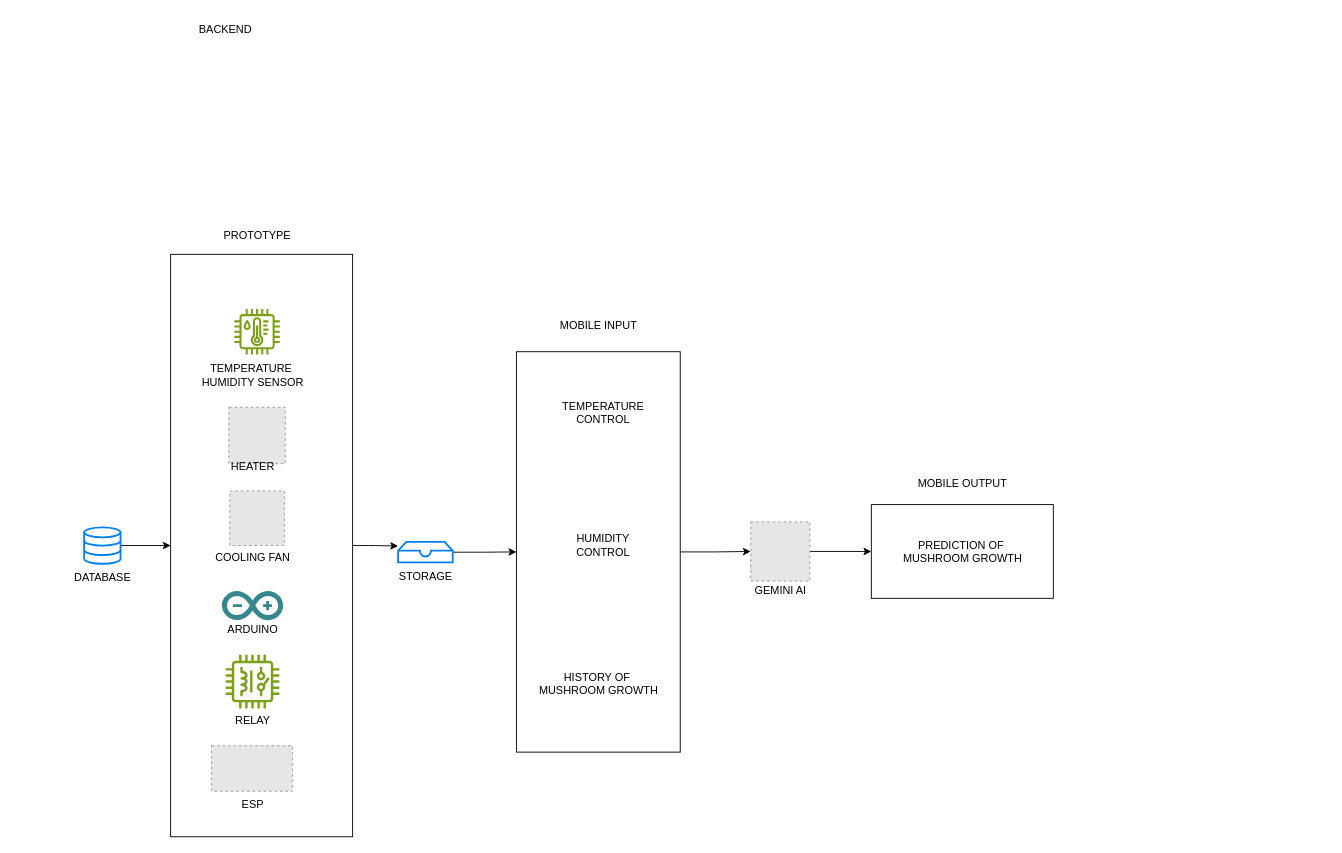
This is page "Page-4" (4 of 5) of user flow.drawio from sairay-yah/rarawr, a draw.io file, before an edit. Source tidied: cells renumbered, new cells numbered last; positions are measured from the earlier drawing's top-left corner, leaving out a move shared by most shapes. Both pictures are drawn from the tidied source at 91%, with x=0, y=0 at pixel (61, 15). Pictures stored in the file or linked from it are replaced by grey dashed boxes.
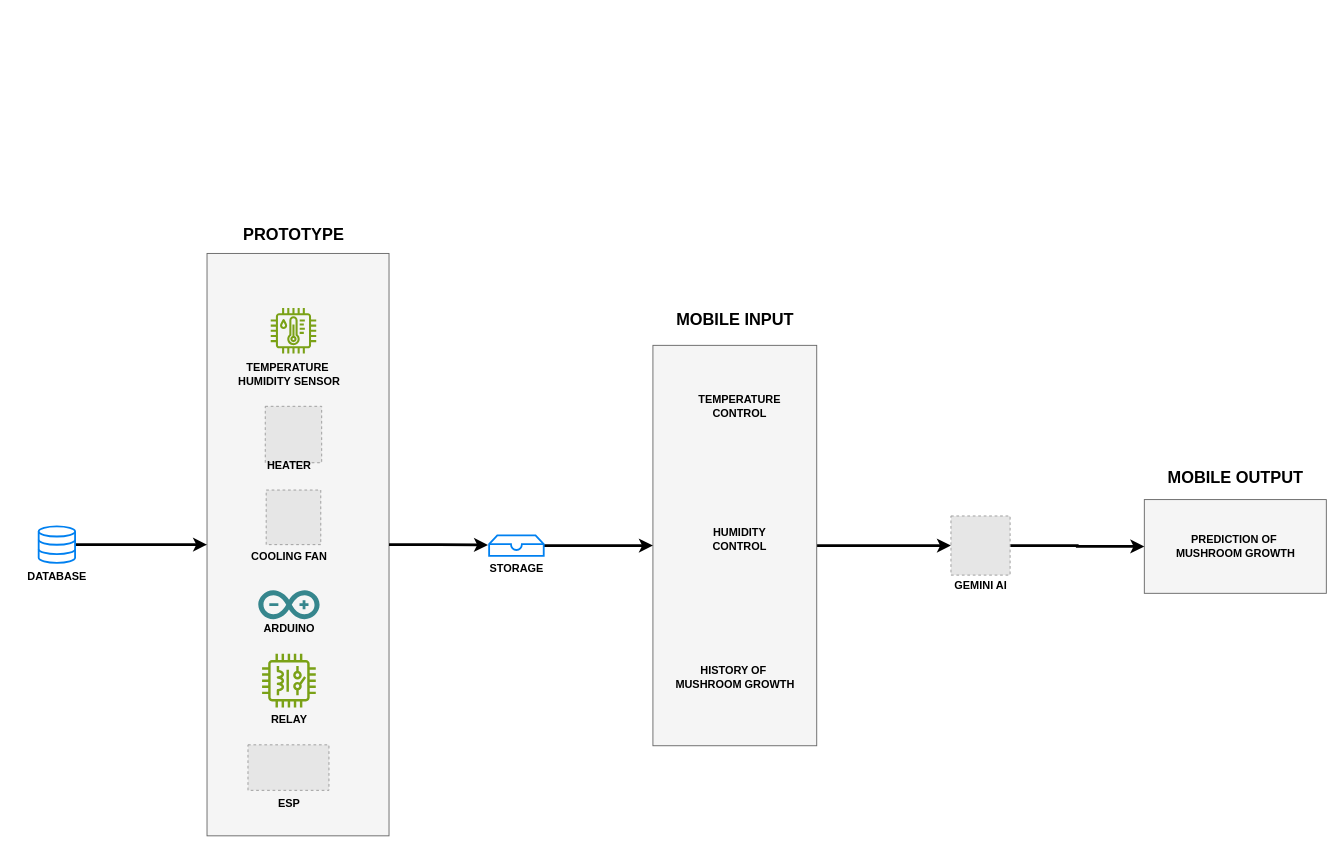
Above is the later version.

The edit, as a diff of the source:
```diff
@@
-    <mxCell id="2" style="rounded=0;whiteSpace=wrap;html=1;" parent="1" vertex="1">
-      <mxGeometry x="890" y="537" width="200" height="103" as="geometry" />
+    <mxCell id="2" style="rounded=0;whiteSpace=wrap;html=1;fillColor=#f5f5f5;fontColor=#333333;strokeColor=#666666;fontStyle=1;" parent="1" vertex="1">
+      <mxGeometry x="1190" y="531.5" width="200" height="103" as="geometry" />
     </mxCell>
-    <mxCell id="3" style="edgeStyle=orthogonalEdgeStyle;rounded=0;jettySize=auto;html=1;entryX=0;entryY=0.5;entryDx=0;entryDy=0;" parent="1" edge="1" source="4" target="10">
+    <mxCell id="3" style="edgeStyle=orthogonalEdgeStyle;rounded=0;jettySize=auto;html=1;entryX=0;entryY=0.5;entryDx=0;entryDy=0;fontStyle=1;strokeWidth=3;" parent="1" edge="1" source="4" target="10">
       <mxGeometry relative="1" as="geometry" />
     </mxCell>
-    <mxCell id="4" style="rounded=0;whiteSpace=wrap;html=1;" parent="1" vertex="1">
-      <mxGeometry x="500" y="369" width="180" height="440" as="geometry" />
+    <mxCell id="4" style="rounded=0;whiteSpace=wrap;html=1;fillColor=#f5f5f5;fontColor=#333333;strokeColor=#666666;fontStyle=1;" parent="1" vertex="1">
+      <mxGeometry x="650" y="362" width="180" height="440" as="geometry" />
     </mxCell>
-    <mxCell id="5" style="rounded=0;whiteSpace=wrap;html=1;" parent="1" vertex="1">
-      <mxGeometry x="120" y="262" width="200" height="640" as="geometry" />
+    <mxCell id="5" style="rounded=0;whiteSpace=wrap;html=1;fillColor=#f5f5f5;fontColor=#333333;strokeColor=#666666;fontStyle=1;" parent="1" vertex="1">
+      <mxGeometry x="160" y="261" width="200" height="640" as="geometry" />
     </mxCell>
-    <mxCell id="6" style="edgeStyle=orthogonalEdgeStyle;rounded=0;jettySize=auto;html=1;entryX=0;entryY=0.5;entryDx=0;entryDy=0;" parent="1" edge="1" source="7" target="5">
+    <mxCell id="6" style="edgeStyle=orthogonalEdgeStyle;rounded=0;jettySize=auto;html=1;entryX=0;entryY=0.5;entryDx=0;entryDy=0;fontStyle=1;strokeWidth=3;" parent="1" edge="1" source="7" target="5">
       <mxGeometry relative="1" as="geometry" />
     </mxCell>
-    <mxCell id="7" style="html=1;verticalLabelPosition=bottom;align=center;labelBackgroundColor=#ffffff;verticalAlign=top;strokeWidth=2;strokeColor=#0080F0;shadow=0;dashed=0;shape=mxgraph.ios7.icons.data;" parent="1" vertex="1">
-      <mxGeometry x="25" y="562" width="40" height="40" as="geometry" />
+    <mxCell id="7" style="html=1;verticalLabelPosition=bottom;align=center;labelBackgroundColor=#ffffff;verticalAlign=top;strokeWidth=2;strokeColor=#0080F0;shadow=0;dashed=0;shape=mxgraph.ios7.icons.data;fontStyle=1;" parent="1" vertex="1">
+      <mxGeometry x="-25" y="561" width="40" height="40" as="geometry" />
     </mxCell>
-    <mxCell id="8" style="sketch=0;fontColor=#232F3E;gradientColor=none;fillColor=#7AA116;strokeColor=none;dashed=0;verticalLabelPosition=bottom;verticalAlign=top;align=center;html=1;fontSize=12;fontStyle=0;shape=mxgraph.aws4.iot_thing_temperature_humidity_sensor;" parent="1" vertex="1">
-      <mxGeometry x="190" y="322" width="50" height="50" as="geometry" />
+    <mxCell id="8" style="sketch=0;fontColor=#232F3E;gradientColor=none;fillColor=#7AA116;strokeColor=none;dashed=0;verticalLabelPosition=bottom;verticalAlign=top;align=center;html=1;fontSize=12;fontStyle=1;shape=mxgraph.aws4.iot_thing_temperature_humidity_sensor;" parent="1" vertex="1">
+      <mxGeometry x="230" y="321" width="50" height="50" as="geometry" />
     </mxCell>
-    <mxCell id="9" style="edgeStyle=orthogonalEdgeStyle;rounded=0;jettySize=auto;html=1;entryX=0;entryY=0.5;entryDx=0;entryDy=0;" parent="1" edge="1" source="10" target="2">
+    <mxCell id="9" style="edgeStyle=orthogonalEdgeStyle;rounded=0;jettySize=auto;html=1;entryX=0;entryY=0.5;entryDx=0;entryDy=0;fontStyle=1;strokeWidth=3;" parent="1" edge="1" source="10" target="2">
       <mxGeometry relative="1" as="geometry" />
     </mxCell>
-    <mxCell id="10" style="fillColor=#E6E6E6;strokeColor=#999999;dashed=1;verticalLabelPosition=bottom;labelBackgroundColor=default;verticalAlign=top;" parent="1" vertex="1">
-      <mxGeometry x="757.5" y="556" width="65" height="65" as="geometry" />
+    <mxCell id="10" style="fillColor=#E6E6E6;strokeColor=#999999;dashed=1;verticalLabelPosition=bottom;labelBackgroundColor=default;verticalAlign=top;fontStyle=1;" parent="1" vertex="1">
+      <mxGeometry x="977.5" y="549.5" width="65" height="65" as="geometry" />
     </mxCell>
-    <mxCell id="11" value="BACKEND" style="text;html=1;align=center;verticalAlign=middle;strokeColor=none;fillColor=none;" parent="1" vertex="1">
-      <mxGeometry x="140" width="80" height="30" as="geometry" />
-    </mxCell>
-    <mxCell id="12" value="PROTOTYPE" style="text;html=1;align=center;verticalAlign=middle;strokeColor=none;fillColor=none;" parent="1" vertex="1">
-      <mxGeometry x="165" y="227" width="100" height="30" as="geometry" />
+    <mxCell id="12" value="&lt;font style=&quot;font-size: 18px;&quot;&gt;&lt;span&gt;PROTOTYPE&lt;/span&gt;&lt;/font&gt;" style="text;html=1;align=center;verticalAlign=middle;strokeColor=none;fillColor=none;fontStyle=1;" parent="1" vertex="1">
+      <mxGeometry x="190" y="221" width="130" height="40" as="geometry" />
     </mxCell>
-    <mxCell id="13" style="fillColor=#E6E6E6;strokeColor=#999999;dashed=1;html=1;verticalAlign=top;verticalLabelPosition=bottom;labelBackgroundColor=#ffffff;" parent="1" vertex="1">
-      <mxGeometry x="185" y="522" width="60" height="60" as="geometry" />
+    <mxCell id="13" style="fillColor=#E6E6E6;strokeColor=#999999;dashed=1;html=1;verticalAlign=top;verticalLabelPosition=bottom;labelBackgroundColor=#ffffff;fontStyle=1;" parent="1" vertex="1">
+      <mxGeometry x="225" y="521" width="60" height="60" as="geometry" />
     </mxCell>
-    <mxCell id="14" style="dashed=0;html=1;align=center;labelPosition=center;verticalLabelPosition=bottom;verticalAlign=top;shape=mxgraph.weblogos.arduino;fillColor=#36868D;strokeColor=none;" parent="1" vertex="1">
-      <mxGeometry x="176.3" y="632" width="67.4" height="32" as="geometry" />
+    <mxCell id="14" style="dashed=0;html=1;align=center;labelPosition=center;verticalLabelPosition=bottom;verticalAlign=top;shape=mxgraph.weblogos.arduino;fillColor=#36868D;strokeColor=none;fontStyle=1;" parent="1" vertex="1">
+      <mxGeometry x="216.3" y="631" width="67.4" height="32" as="geometry" />
     </mxCell>
-    <mxCell id="15" style="fillColor=#E6E6E6;strokeColor=#999999;dashed=1;verticalLabelPosition=bottom;labelBackgroundColor=default;verticalAlign=top;" parent="1" vertex="1">
-      <mxGeometry x="184" y="430" width="62" height="62" as="geometry" />
+    <mxCell id="15" style="fillColor=#E6E6E6;strokeColor=#999999;dashed=1;verticalLabelPosition=bottom;labelBackgroundColor=default;verticalAlign=top;fontStyle=1;" parent="1" vertex="1">
+      <mxGeometry x="224" y="429" width="62" height="62" as="geometry" />
     </mxCell>
-    <mxCell id="16" style="sketch=0;fontColor=#232F3E;gradientColor=none;fillColor=#7AA116;strokeColor=none;dashed=0;verticalLabelPosition=bottom;verticalAlign=top;align=center;html=1;fontSize=12;fontStyle=0;shape=mxgraph.aws4.iot_thing_relay;" parent="1" vertex="1">
-      <mxGeometry x="180.5" y="702" width="59" height="59" as="geometry" />
+    <mxCell id="16" style="sketch=0;fontColor=#232F3E;gradientColor=none;fillColor=#7AA116;strokeColor=none;dashed=0;verticalLabelPosition=bottom;verticalAlign=top;align=center;html=1;fontSize=12;fontStyle=1;shape=mxgraph.aws4.iot_thing_relay;" parent="1" vertex="1">
+      <mxGeometry x="220.5" y="701" width="59" height="59" as="geometry" />
     </mxCell>
-    <mxCell id="17" style="fillColor=#E6E6E6;strokeColor=#999999;dashed=1;verticalLabelPosition=bottom;labelBackgroundColor=default;verticalAlign=top;" parent="1" vertex="1">
-      <mxGeometry x="165" y="802" width="89" height="50" as="geometry" />
+    <mxCell id="17" style="fillColor=#E6E6E6;strokeColor=#999999;dashed=1;verticalLabelPosition=bottom;labelBackgroundColor=default;verticalAlign=top;fontStyle=1;" parent="1" vertex="1">
+      <mxGeometry x="205" y="801" width="89" height="50" as="geometry" />
     </mxCell>
-    <mxCell id="18" value="DATABASE" style="text;html=1;align=center;verticalAlign=middle;strokeColor=none;fillColor=none;" parent="1" vertex="1">
-      <mxGeometry y="602" width="90" height="30" as="geometry" />
+    <mxCell id="18" value="&lt;b&gt;DATABASE&lt;/b&gt;" style="text;html=1;align=center;verticalAlign=middle;strokeColor=none;fillColor=none;" parent="1" vertex="1">
+      <mxGeometry x="-50" y="601" width="90" height="30" as="geometry" />
     </mxCell>
-    <mxCell id="19" value="TEMPERATURE&amp;nbsp;&lt;div&gt;HUMIDITY SENSOR&lt;/div&gt;" style="text;html=1;align=center;verticalAlign=middle;strokeColor=none;fillColor=none;" parent="1" vertex="1">
-      <mxGeometry x="140" y="375" width="140" height="40" as="geometry" />
+    <mxCell id="19" value="TEMPERATURE&amp;nbsp;&lt;div&gt;HUMIDITY SENSOR&lt;/div&gt;" style="text;html=1;align=center;verticalAlign=middle;strokeColor=none;fillColor=none;fontStyle=1;" parent="1" vertex="1">
+      <mxGeometry x="180" y="374" width="140" height="40" as="geometry" />
     </mxCell>
-    <mxCell id="20" value="HEATER" style="text;html=1;align=center;verticalAlign=middle;strokeColor=none;fillColor=none;" parent="1" vertex="1">
-      <mxGeometry x="175" y="480" width="70" height="30" as="geometry" />
+    <mxCell id="20" value="HEATER" style="text;html=1;align=center;verticalAlign=middle;strokeColor=none;fillColor=none;fontStyle=1;" parent="1" vertex="1">
+      <mxGeometry x="215" y="479" width="70" height="30" as="geometry" />
     </mxCell>
-    <mxCell id="21" value="COOLING FAN" style="text;html=1;align=center;verticalAlign=middle;strokeColor=none;fillColor=none;" parent="1" vertex="1">
-      <mxGeometry x="155" y="580" width="110" height="30" as="geometry" />
+    <mxCell id="21" value="COOLING FAN" style="text;html=1;align=center;verticalAlign=middle;strokeColor=none;fillColor=none;fontStyle=1;" parent="1" vertex="1">
+      <mxGeometry x="195" y="579" width="110" height="30" as="geometry" />
     </mxCell>
-    <mxCell id="22" style="edgeStyle=orthogonalEdgeStyle;rounded=0;jettySize=auto;html=1;entryX=0;entryY=0.5;entryDx=0;entryDy=0;" parent="1" edge="1" source="23" target="4">
+    <mxCell id="22" style="edgeStyle=orthogonalEdgeStyle;rounded=0;jettySize=auto;html=1;entryX=0;entryY=0.5;entryDx=0;entryDy=0;fontStyle=1;strokeWidth=3;" parent="1" edge="1" source="23" target="4">
       <mxGeometry relative="1" as="geometry" />
     </mxCell>
-    <mxCell id="23" style="html=1;verticalLabelPosition=bottom;align=center;labelBackgroundColor=#ffffff;verticalAlign=top;strokeWidth=2;strokeColor=#0080F0;shadow=0;dashed=0;shape=mxgraph.ios7.icons.storage;" parent="1" vertex="1">
-      <mxGeometry x="370" y="578" width="60" height="22.5" as="geometry" />
+    <mxCell id="23" style="html=1;verticalLabelPosition=bottom;align=center;labelBackgroundColor=#ffffff;verticalAlign=top;strokeWidth=2;strokeColor=#0080F0;shadow=0;dashed=0;shape=mxgraph.ios7.icons.storage;fontStyle=1;" parent="1" vertex="1">
+      <mxGeometry x="470" y="570.8" width="60" height="22.5" as="geometry" />
     </mxCell>
-    <mxCell id="24" value="STORAGE" style="text;html=1;align=center;verticalAlign=middle;strokeColor=none;fillColor=none;" parent="1" vertex="1">
-      <mxGeometry x="360" y="600.5" width="80" height="30" as="geometry" />
+    <mxCell id="24" value="STORAGE" style="text;html=1;align=center;verticalAlign=middle;strokeColor=none;fillColor=none;fontStyle=1;" parent="1" vertex="1">
+      <mxGeometry x="460" y="593.2" width="80" height="30" as="geometry" />
     </mxCell>
-    <mxCell id="25" value="ARDUINO" style="text;html=1;align=center;verticalAlign=middle;strokeColor=none;fillColor=none;" parent="1" vertex="1">
-      <mxGeometry x="170" y="660" width="80" height="30" as="geometry" />
+    <mxCell id="25" value="ARDUINO" style="text;html=1;align=center;verticalAlign=middle;strokeColor=none;fillColor=none;fontStyle=1;" parent="1" vertex="1">
+      <mxGeometry x="210" y="659" width="80" height="30" as="geometry" />
     </mxCell>
-    <mxCell id="26" value="RELAY" style="text;html=1;align=center;verticalAlign=middle;strokeColor=none;fillColor=none;" parent="1" vertex="1">
-      <mxGeometry x="180" y="760" width="60" height="30" as="geometry" />
+    <mxCell id="26" value="RELAY" style="text;html=1;align=center;verticalAlign=middle;strokeColor=none;fillColor=none;fontStyle=1;" parent="1" vertex="1">
+      <mxGeometry x="220" y="759" width="60" height="30" as="geometry" />
     </mxCell>
-    <mxCell id="27" value="ESP" style="text;html=1;align=center;verticalAlign=middle;strokeColor=none;fillColor=none;" parent="1" vertex="1">
-      <mxGeometry x="184.5" y="852" width="50" height="30" as="geometry" />
+    <mxCell id="27" value="ESP" style="text;html=1;align=center;verticalAlign=middle;strokeColor=none;fillColor=none;fontStyle=1;" parent="1" vertex="1">
+      <mxGeometry x="224.5" y="851" width="50" height="30" as="geometry" />
     </mxCell>
-    <mxCell id="28" value="MOBILE INPUT" style="text;html=1;align=center;verticalAlign=middle;strokeColor=none;fillColor=none;" parent="1" vertex="1">
-      <mxGeometry x="535" y="326" width="110" height="30" as="geometry" />
+    <mxCell id="28" value="&lt;font style=&quot;font-size: 18px;&quot;&gt;&lt;span&gt;MOBILE INPUT&lt;/span&gt;&lt;/font&gt;" style="text;html=1;align=center;verticalAlign=middle;strokeColor=none;fillColor=none;fontStyle=1;" parent="1" vertex="1">
+      <mxGeometry x="665" y="314" width="150" height="40" as="geometry" />
     </mxCell>
-    <mxCell id="29" value="TEMPERATURE&lt;div&gt;CONTROL&lt;/div&gt;" style="text;html=1;align=center;verticalAlign=middle;strokeColor=none;fillColor=none;" parent="1" vertex="1">
-      <mxGeometry x="540" y="416" width="110" height="40" as="geometry" />
+    <mxCell id="29" value="TEMPERATURE&lt;div&gt;CONTROL&lt;/div&gt;" style="text;html=1;align=center;verticalAlign=middle;strokeColor=none;fillColor=none;fontStyle=1;" parent="1" vertex="1">
+      <mxGeometry x="690" y="409" width="110" height="40" as="geometry" />
     </mxCell>
-    <mxCell id="30" value="HUMIDITY&lt;div&gt;CONTROL&lt;/div&gt;" style="text;html=1;align=center;verticalAlign=middle;strokeColor=none;fillColor=none;" parent="1" vertex="1">
-      <mxGeometry x="555" y="561.5" width="80" height="40" as="geometry" />
+    <mxCell id="30" value="HUMIDITY&lt;div&gt;CONTROL&lt;/div&gt;" style="text;html=1;align=center;verticalAlign=middle;strokeColor=none;fillColor=none;fontStyle=1;" parent="1" vertex="1">
+      <mxGeometry x="705" y="554.5" width="80" height="40" as="geometry" />
     </mxCell>
-    <mxCell id="31" value="HISTORY OF&amp;nbsp;&lt;div&gt;MUSHROOM GROWTH&lt;/div&gt;" style="text;html=1;align=center;verticalAlign=middle;strokeColor=none;fillColor=none;" parent="1" vertex="1">
-      <mxGeometry x="515" y="714" width="150" height="40" as="geometry" />
+    <mxCell id="31" value="HISTORY OF&amp;nbsp;&lt;div&gt;MUSHROOM GROWTH&lt;/div&gt;" style="text;html=1;align=center;verticalAlign=middle;strokeColor=none;fillColor=none;fontStyle=1;" parent="1" vertex="1">
+      <mxGeometry x="665" y="707" width="150" height="40" as="geometry" />
     </mxCell>
-    <mxCell id="32" value="GEMINI AI" style="text;html=1;align=center;verticalAlign=middle;strokeColor=none;fillColor=none;" parent="1" vertex="1">
-      <mxGeometry x="750" y="617" width="80" height="30" as="geometry" />
+    <mxCell id="32" value="GEMINI AI" style="text;html=1;align=center;verticalAlign=middle;strokeColor=none;fillColor=none;fontStyle=1;" parent="1" vertex="1">
+      <mxGeometry x="970" y="610.5" width="80" height="30" as="geometry" />
     </mxCell>
-    <mxCell id="33" value="PREDICTION OF&amp;nbsp;&lt;div&gt;MUSHROOM GROWTH&lt;/div&gt;" style="text;html=1;align=center;verticalAlign=middle;strokeColor=none;fillColor=none;" parent="1" vertex="1">
-      <mxGeometry x="915" y="568.5" width="150" height="40" as="geometry" />
+    <mxCell id="33" value="PREDICTION OF&amp;nbsp;&lt;div&gt;MUSHROOM GROWTH&lt;/div&gt;" style="text;html=1;align=center;verticalAlign=middle;strokeColor=none;fillColor=none;fontStyle=1;" parent="1" vertex="1">
+      <mxGeometry x="1215" y="563" width="150" height="40" as="geometry" />
     </mxCell>
-    <mxCell id="34" value="MOBILE OUTPUT" style="text;html=1;align=center;verticalAlign=middle;strokeColor=none;fillColor=none;" parent="1" vertex="1">
-      <mxGeometry x="930" y="498.5" width="120" height="30" as="geometry" />
+    <mxCell id="34" value="&lt;font style=&quot;font-size: 18px;&quot;&gt;&lt;span&gt;MOBILE OUTPUT&lt;/span&gt;&lt;/font&gt;" style="text;html=1;align=center;verticalAlign=middle;strokeColor=none;fillColor=none;fontStyle=1;" parent="1" vertex="1">
+      <mxGeometry x="1205" y="488" width="170" height="40" as="geometry" />
     </mxCell>
-    <mxCell id="35" style="edgeStyle=orthogonalEdgeStyle;rounded=0;jettySize=auto;html=1;entryX=0;entryY=0.2;entryDx=0;entryDy=0;entryPerimeter=0;" parent="1" edge="1" source="5" target="23">
+    <mxCell id="35" style="rounded=0;jettySize=auto;html=1;entryX=-0.021;entryY=0.473;entryDx=0;entryDy=0;entryPerimeter=0;fontStyle=1;strokeWidth=3;edgeStyle=orthogonalEdgeStyle;" parent="1" edge="1" source="5" target="23">
       <mxGeometry relative="1" as="geometry" />
     </mxCell>
```
